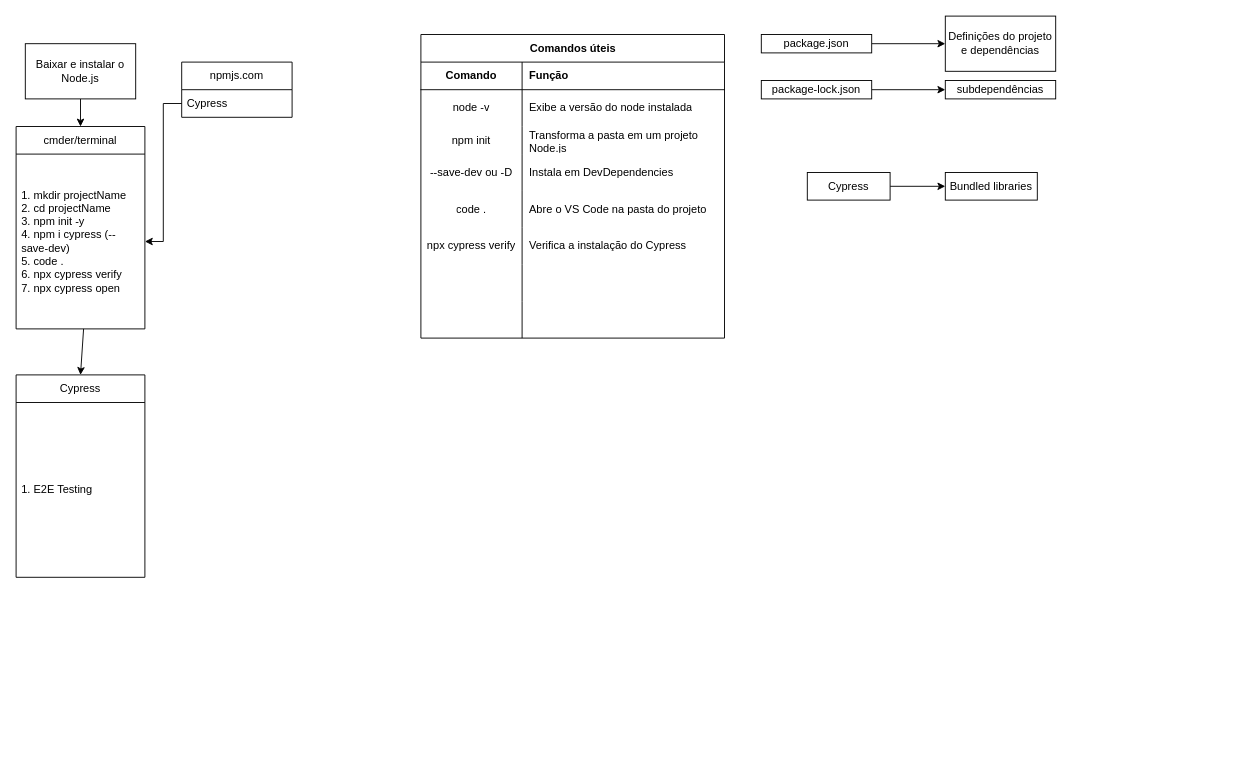
This is page "setup" (2 of 4) of introdutorio.drawio from ignaciohrafael/projetoCy, a draw.io file, before an edit. Source tidied: cells renumbered, new cells numbered last; positions are measured from the earlier drawing's top-left corner, leaving out a move shared by most shapes. Both pictures are drawn from the tidied source at 92%, with x=0, y=0 at pixel (16, 16).
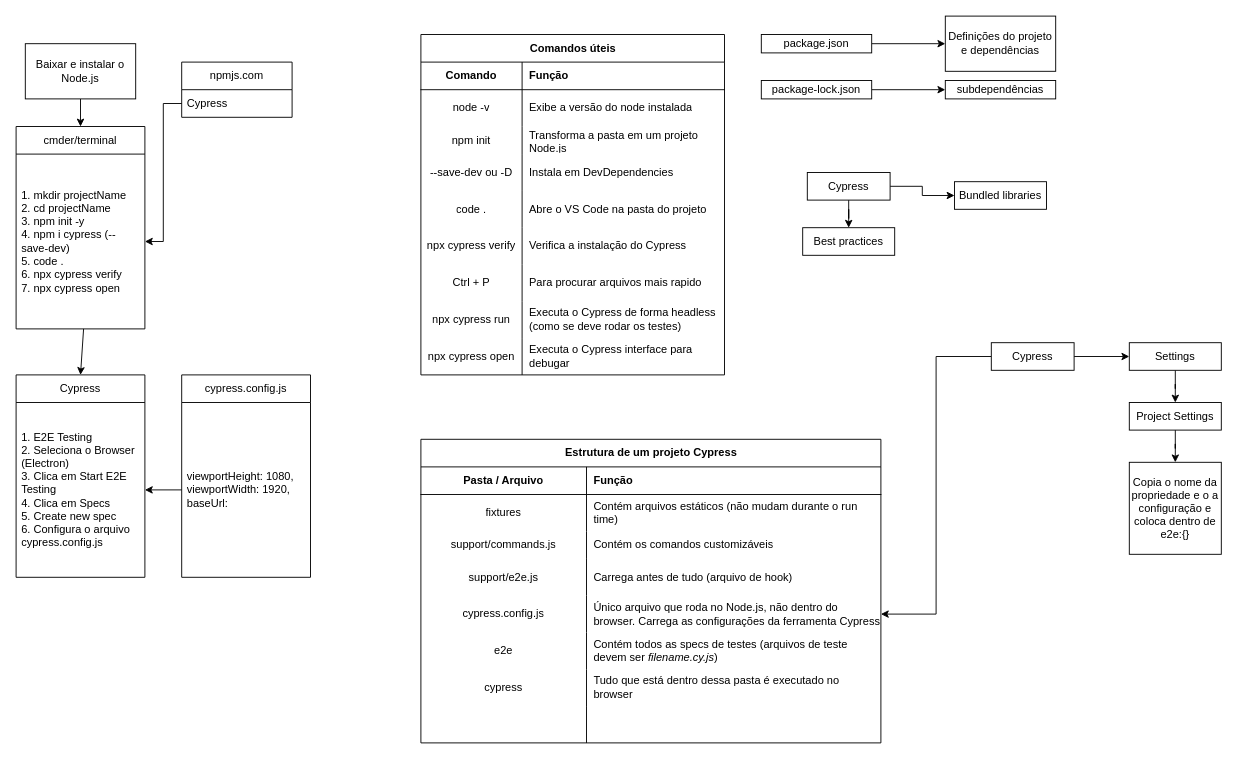
After the change.

Commit message:
Fechando aula 01 introdutorio.drawio

Unchanged cells that the change refers to:
```xml
<mxCell id="23" style="shape=tableRow;horizontal=0;startSize=0;swimlaneHead=0;swimlaneBody=0;fillColor=none;top=0;left=0;right=0;bottom=0;" parent="4" vertex="1">
  <mxGeometry y="250" width="330" height="40" as="geometry" />
</mxCell>
<mxCell id="26" style="shape=tableRow;horizontal=0;startSize=0;swimlaneHead=0;swimlaneBody=0;fillColor=none;top=0;left=0;right=0;bottom=0;" parent="4" vertex="1">
  <mxGeometry y="290" width="330" height="40" as="geometry" />
</mxCell>
<mxCell id="41" value="Cypress" style="whiteSpace=wrap;html=1;" parent="1" vertex="1">
  <mxGeometry x="860" y="170" width="90" height="30" as="geometry" />
</mxCell>
<mxCell id="47" value="Cypress" style="swimlane;fontStyle=0;horizontal=1;startSize=30;whiteSpace=wrap;html=1;" parent="1" vertex="1">
  <mxGeometry y="390" width="140" height="220" as="geometry" />
</mxCell>
```

What changed in the source:
```diff
@@
     <mxCell id="4" value="Comandos úteis" style="shape=table;startSize=30;childLayout=tableLayout;rowLines=0;fontStyle=1;align=center;html=1;" parent="1" vertex="1">
-      <mxGeometry x="440" y="20" width="330" height="330" as="geometry" />
+      <mxGeometry x="440" y="20" width="330" height="370" as="geometry" />
     </mxCell>
@@
-    <mxCell id="24" style="shape=partialRectangle;fillColor=none;top=0;left=0;bottom=0;right=0;overflow=hidden;whiteSpace=wrap;html=1;" parent="23" vertex="1">
+    <mxCell id="24" value="Ctrl + P" style="shape=partialRectangle;fillColor=none;top=0;left=0;bottom=0;right=0;overflow=hidden;whiteSpace=wrap;html=1;" parent="23" vertex="1">
       <mxGeometry width="110" height="40" as="geometry" />
     </mxCell>
-    <mxCell id="25" style="shape=partialRectangle;fillColor=none;top=0;left=0;bottom=0;right=0;align=left;spacingLeft=6;overflow=hidden;whiteSpace=wrap;html=1;" parent="23" vertex="1">
+    <mxCell id="25" value="Para procurar arquivos mais rapido" style="shape=partialRectangle;fillColor=none;top=0;left=0;bottom=0;right=0;align=left;spacingLeft=6;overflow=hidden;whiteSpace=wrap;html=1;" parent="23" vertex="1">
       <mxGeometry x="110" width="220" height="40" as="geometry" />
     </mxCell>
@@
-    <mxCell id="27" style="shape=partialRectangle;fillColor=none;top=0;left=0;bottom=0;right=0;overflow=hidden;whiteSpace=wrap;html=1;" parent="26" vertex="1">
+    <mxCell id="27" value="npx cypress run" style="shape=partialRectangle;fillColor=none;top=0;left=0;bottom=0;right=0;overflow=hidden;whiteSpace=wrap;html=1;" parent="26" vertex="1">
       <mxGeometry width="110" height="40" as="geometry" />
     </mxCell>
-    <mxCell id="28" style="shape=partialRectangle;fillColor=none;top=0;left=0;bottom=0;right=0;align=left;spacingLeft=6;overflow=hidden;whiteSpace=wrap;html=1;" parent="26" vertex="1">
+    <mxCell id="28" value="Executa o Cypress de forma headless (como se deve rodar os testes)&amp;nbsp;" style="shape=partialRectangle;fillColor=none;top=0;left=0;bottom=0;right=0;align=left;spacingLeft=6;overflow=hidden;whiteSpace=wrap;html=1;" parent="26" vertex="1">
       <mxGeometry x="110" width="220" height="40" as="geometry" />
     </mxCell>
+    <mxCell id="50" style="shape=tableRow;horizontal=0;startSize=0;swimlaneHead=0;swimlaneBody=0;fillColor=none;top=0;left=0;right=0;bottom=0;" parent="4" vertex="1">
+      <mxGeometry y="330" width="330" height="40" as="geometry" />
+    </mxCell>
+    <mxCell id="51" value="npx cypress open" style="shape=partialRectangle;fillColor=none;top=0;left=0;bottom=0;right=0;overflow=hidden;whiteSpace=wrap;html=1;" parent="50" vertex="1">
+      <mxGeometry width="110" height="40" as="geometry" />
+    </mxCell>
+    <mxCell id="52" value="Executa o Cypress interface para debugar" style="shape=partialRectangle;fillColor=none;top=0;left=0;bottom=0;right=0;align=left;spacingLeft=6;overflow=hidden;whiteSpace=wrap;html=1;" parent="50" vertex="1">
+      <mxGeometry x="110" width="220" height="40" as="geometry" />
+    </mxCell>
@@
+    <mxCell id="53" style="edgeStyle=orthogonalEdgeStyle;rounded=0;jettySize=auto;html=1;" parent="1" edge="1" source="41" target="90">
+      <mxGeometry relative="1" as="geometry" />
+    </mxCell>
@@
-    <mxCell id="42" value="Bundled libraries" style="whiteSpace=wrap;html=1;" parent="1" vertex="1">
-      <mxGeometry x="1010" y="170" width="100" height="30" as="geometry" />
+    <mxCell id="42" value="Best practices" style="whiteSpace=wrap;html=1;" parent="1" vertex="1">
+      <mxGeometry x="855" y="230" width="100" height="30" as="geometry" />
     </mxCell>
@@
-    <mxCell id="48" value="1. E2E Testing" style="text;strokeColor=none;fillColor=none;align=left;verticalAlign=middle;spacingLeft=4;spacingRight=4;overflow=hidden;points=[[0,0.5],[1,0.5]];portConstraint=eastwest;whiteSpace=wrap;html=1;" parent="47" vertex="1">
+    <mxCell id="48" value="1. E2E Testing&lt;br&gt;2. Seleciona o Browser (Electron)&lt;br&gt;3. Clica em Start E2E Testing&lt;br&gt;4. Clica em Specs&lt;br&gt;5. Create new spec&lt;br&gt;6. Configura o arquivo cypress.config.js" style="text;strokeColor=none;fillColor=none;align=left;verticalAlign=middle;spacingLeft=4;spacingRight=4;overflow=hidden;points=[[0,0.5],[1,0.5]];portConstraint=eastwest;whiteSpace=wrap;html=1;" parent="47" vertex="1">
       <mxGeometry y="30" width="140" height="190" as="geometry" />
     </mxCell>
@@
+    <mxCell id="54" value="Estrutura de um projeto Cypress" style="shape=table;startSize=30;childLayout=tableLayout;rowLines=0;fontStyle=1;align=center;html=1;" parent="1" vertex="1">
+      <mxGeometry x="440" y="460" width="500" height="330" as="geometry" />
+    </mxCell>
+    <mxCell id="55" style="shape=tableRow;horizontal=0;startSize=0;swimlaneHead=0;swimlaneBody=0;fillColor=none;top=0;left=0;right=0;bottom=1;" parent="54" vertex="1">
+      <mxGeometry y="30" width="500" height="30" as="geometry" />
+    </mxCell>
+    <mxCell id="56" value="Pasta / Arquivo" style="shape=partialRectangle;fillColor=none;top=0;left=0;bottom=0;right=0;fontStyle=1;overflow=hidden;whiteSpace=wrap;html=1;" parent="55" vertex="1">
+      <mxGeometry width="180" height="30" as="geometry" />
+    </mxCell>
+    <mxCell id="57" value="Função" style="shape=partialRectangle;fillColor=none;top=0;left=0;bottom=0;right=0;align=left;spacingLeft=6;fontStyle=1;overflow=hidden;whiteSpace=wrap;html=1;" parent="55" vertex="1">
+      <mxGeometry x="180" width="320" height="30" as="geometry" />
+    </mxCell>
+    <mxCell id="58" style="shape=tableRow;horizontal=0;startSize=0;swimlaneHead=0;swimlaneBody=0;fillColor=none;top=0;left=0;right=0;bottom=0;" parent="54" vertex="1">
+      <mxGeometry y="60" width="500" height="40" as="geometry" />
+    </mxCell>
+    <mxCell id="59" value="fixtures" style="shape=partialRectangle;fillColor=none;top=0;left=0;bottom=0;right=0;overflow=hidden;whiteSpace=wrap;html=1;" parent="58" vertex="1">
+      <mxGeometry width="180" height="40" as="geometry" />
+    </mxCell>
+    <mxCell id="60" value="Contém arquivos estáticos (não mudam durante o run time)" style="shape=partialRectangle;fillColor=none;top=0;left=0;bottom=0;right=0;align=left;spacingLeft=6;overflow=hidden;whiteSpace=wrap;html=1;" parent="58" vertex="1">
+      <mxGeometry x="180" width="320" height="40" as="geometry" />
+    </mxCell>
+    <mxCell id="61" style="shape=tableRow;horizontal=0;startSize=0;swimlaneHead=0;swimlaneBody=0;fillColor=none;top=0;left=0;right=0;bottom=0;" parent="54" vertex="1">
+      <mxGeometry y="100" width="500" height="30" as="geometry" />
+    </mxCell>
+    <mxCell id="62" value="support/commands.js" style="shape=partialRectangle;fillColor=none;top=0;left=0;bottom=0;right=0;overflow=hidden;whiteSpace=wrap;html=1;" parent="61" vertex="1">
+      <mxGeometry width="180" height="30" as="geometry" />
+    </mxCell>
+    <mxCell id="63" value="Contém os comandos customizáveis" style="shape=partialRectangle;fillColor=none;top=0;left=0;bottom=0;right=0;align=left;spacingLeft=6;overflow=hidden;whiteSpace=wrap;html=1;" parent="61" vertex="1">
+      <mxGeometry x="180" width="320" height="30" as="geometry" />
+    </mxCell>
+    <mxCell id="64" style="shape=tableRow;horizontal=0;startSize=0;swimlaneHead=0;swimlaneBody=0;fillColor=none;top=0;left=0;right=0;bottom=0;" parent="54" vertex="1">
+      <mxGeometry y="130" width="500" height="40" as="geometry" />
+    </mxCell>
+    <mxCell id="65" value="&lt;span style=&quot;color: rgb(0, 0, 0); font-family: Helvetica; font-size: 12px; font-style: normal; font-variant-ligatures: normal; font-variant-caps: normal; font-weight: 400; letter-spacing: normal; orphans: 2; text-align: center; text-indent: 0px; text-transform: none; widows: 2; word-spacing: 0px; -webkit-text-stroke-width: 0px; background-color: rgb(251, 251, 251); text-decoration-thickness: initial; text-decoration-style: initial; text-decoration-color: initial; float: none; display: inline !important;&quot;&gt;support/e2e.js&lt;/span&gt;" style="shape=partialRectangle;fillColor=none;top=0;left=0;bottom=0;right=0;overflow=hidden;whiteSpace=wrap;html=1;" parent="64" vertex="1">
+      <mxGeometry width="180" height="40" as="geometry" />
+    </mxCell>
+    <mxCell id="66" value="Carrega antes de tudo (arquivo de hook)" style="shape=partialRectangle;fillColor=none;top=0;left=0;bottom=0;right=0;align=left;spacingLeft=6;overflow=hidden;whiteSpace=wrap;html=1;" parent="64" vertex="1">
+      <mxGeometry x="180" width="320" height="40" as="geometry" />
+    </mxCell>
+    <mxCell id="67" style="shape=tableRow;horizontal=0;startSize=0;swimlaneHead=0;swimlaneBody=0;fillColor=none;points=[[0,0.5],[1,0.5]];portConstraint=eastwest;top=0;left=0;right=0;bottom=0;" parent="54" vertex="1">
+      <mxGeometry y="170" width="500" height="40" as="geometry" />
+    </mxCell>
+    <mxCell id="68" value="cypress.config.js" style="shape=partialRectangle;fillColor=none;top=0;left=0;bottom=0;right=0;overflow=hidden;whiteSpace=wrap;html=1;" parent="67" vertex="1">
+      <mxGeometry width="180" height="40" as="geometry" />
+    </mxCell>
+    <mxCell id="69" value="Único arquivo que roda no Node.js, não dentro do browser. Carrega as configurações da ferramenta Cypress" style="shape=partialRectangle;fillColor=none;top=0;left=0;bottom=0;right=0;align=left;spacingLeft=6;overflow=hidden;whiteSpace=wrap;html=1;" parent="67" vertex="1">
+      <mxGeometry x="180" width="320" height="40" as="geometry" />
+    </mxCell>
+    <mxCell id="70" style="shape=tableRow;horizontal=0;startSize=0;swimlaneHead=0;swimlaneBody=0;fillColor=none;top=0;left=0;right=0;bottom=0;" parent="54" vertex="1">
+      <mxGeometry y="210" width="500" height="40" as="geometry" />
+    </mxCell>
+    <mxCell id="71" value="e2e" style="shape=partialRectangle;fillColor=none;top=0;left=0;bottom=0;right=0;overflow=hidden;whiteSpace=wrap;html=1;" parent="70" vertex="1">
+      <mxGeometry width="180" height="40" as="geometry" />
+    </mxCell>
+    <mxCell id="72" value="Contém todos as specs de testes (arquivos de teste devem ser &lt;i&gt;filename.cy.js&lt;/i&gt;)" style="shape=partialRectangle;fillColor=none;top=0;left=0;bottom=0;right=0;align=left;spacingLeft=6;overflow=hidden;whiteSpace=wrap;html=1;" parent="70" vertex="1">
+      <mxGeometry x="180" width="320" height="40" as="geometry" />
+    </mxCell>
+    <mxCell id="73" style="shape=tableRow;horizontal=0;startSize=0;swimlaneHead=0;swimlaneBody=0;fillColor=none;top=0;left=0;right=0;bottom=0;" parent="54" vertex="1">
+      <mxGeometry y="250" width="500" height="40" as="geometry" />
+    </mxCell>
+    <mxCell id="74" value="cypress" style="shape=partialRectangle;fillColor=none;top=0;left=0;bottom=0;right=0;overflow=hidden;whiteSpace=wrap;html=1;" parent="73" vertex="1">
+      <mxGeometry width="180" height="40" as="geometry" />
+    </mxCell>
+    <mxCell id="75" value="Tudo que está dentro dessa pasta é executado no browser" style="shape=partialRectangle;fillColor=none;top=0;left=0;bottom=0;right=0;align=left;spacingLeft=6;overflow=hidden;whiteSpace=wrap;html=1;" parent="73" vertex="1">
+      <mxGeometry x="180" width="320" height="40" as="geometry" />
+    </mxCell>
+    <mxCell id="76" style="shape=tableRow;horizontal=0;startSize=0;swimlaneHead=0;swimlaneBody=0;fillColor=none;top=0;left=0;right=0;bottom=0;" parent="54" vertex="1">
+      <mxGeometry y="290" width="500" height="40" as="geometry" />
+    </mxCell>
+    <mxCell id="77" style="shape=partialRectangle;fillColor=none;top=0;left=0;bottom=0;right=0;overflow=hidden;whiteSpace=wrap;html=1;" parent="76" vertex="1">
+      <mxGeometry width="180" height="40" as="geometry" />
+    </mxCell>
+    <mxCell id="78" style="shape=partialRectangle;fillColor=none;top=0;left=0;bottom=0;right=0;align=left;spacingLeft=6;overflow=hidden;whiteSpace=wrap;html=1;" parent="76" vertex="1">
+      <mxGeometry x="180" width="320" height="40" as="geometry" />
+    </mxCell>
+    <mxCell id="79" style="edgeStyle=orthogonalEdgeStyle;rounded=0;jettySize=auto;html=1;" parent="1" edge="1" source="81" target="83">
+      <mxGeometry relative="1" as="geometry" />
+    </mxCell>
+    <mxCell id="80" style="edgeStyle=orthogonalEdgeStyle;rounded=0;jettySize=auto;html=1;exitX=0;exitY=0.5;exitDx=0;exitDy=0;entryX=1;entryY=0.5;entryDx=0;entryDy=0;" parent="1" edge="1" source="81" target="67">
+      <mxGeometry relative="1" as="geometry" />
+    </mxCell>
+    <mxCell id="81" value="Cypress" style="whiteSpace=wrap;html=1;" parent="1" vertex="1">
+      <mxGeometry x="1060" y="355" width="90" height="30" as="geometry" />
+    </mxCell>
+    <mxCell id="82" style="edgeStyle=orthogonalEdgeStyle;rounded=0;jettySize=auto;html=1;" parent="1" edge="1" source="83" target="85">
+      <mxGeometry relative="1" as="geometry" />
+    </mxCell>
+    <mxCell id="83" value="Settings" style="whiteSpace=wrap;html=1;" parent="1" vertex="1">
+      <mxGeometry x="1210" y="355" width="100" height="30" as="geometry" />
+    </mxCell>
+    <mxCell id="84" style="edgeStyle=orthogonalEdgeStyle;rounded=0;jettySize=auto;html=1;" parent="1" edge="1" source="85" target="86">
+      <mxGeometry relative="1" as="geometry" />
+    </mxCell>
+    <mxCell id="85" value="Project Settings" style="whiteSpace=wrap;html=1;" parent="1" vertex="1">
+      <mxGeometry x="1210" y="420" width="100" height="30" as="geometry" />
+    </mxCell>
+    <mxCell id="86" value="Copia o nome da propriedade e o a configuração e coloca dentro de e2e:{}" style="whiteSpace=wrap;html=1;" parent="1" vertex="1">
+      <mxGeometry x="1210" y="485" width="100" height="100" as="geometry" />
+    </mxCell>
+    <mxCell id="87" value="cypress.config.js" style="swimlane;fontStyle=0;horizontal=1;startSize=30;whiteSpace=wrap;html=1;" parent="1" vertex="1">
+      <mxGeometry x="180" y="390" width="140" height="220" as="geometry" />
+    </mxCell>
+    <mxCell id="88" value="viewportHeight: 1080,&lt;br&gt;viewportWidth: 1920,&amp;nbsp;&lt;br&gt;baseUrl:&amp;nbsp;" style="text;strokeColor=none;fillColor=none;align=left;verticalAlign=middle;spacingLeft=4;spacingRight=4;overflow=hidden;points=[[0,0.5],[1,0.5]];portConstraint=eastwest;whiteSpace=wrap;html=1;" parent="87" vertex="1">
+      <mxGeometry y="30" width="140" height="190" as="geometry" />
+    </mxCell>
+    <mxCell id="89" style="edgeStyle=orthogonalEdgeStyle;rounded=0;jettySize=auto;html=1;" parent="1" edge="1" source="88" target="48">
+      <mxGeometry relative="1" as="geometry" />
+    </mxCell>
+    <mxCell id="90" value="Bundled libraries" style="whiteSpace=wrap;html=1;" parent="1" vertex="1">
+      <mxGeometry x="1020" y="180" width="100" height="30" as="geometry" />
+    </mxCell>
```
